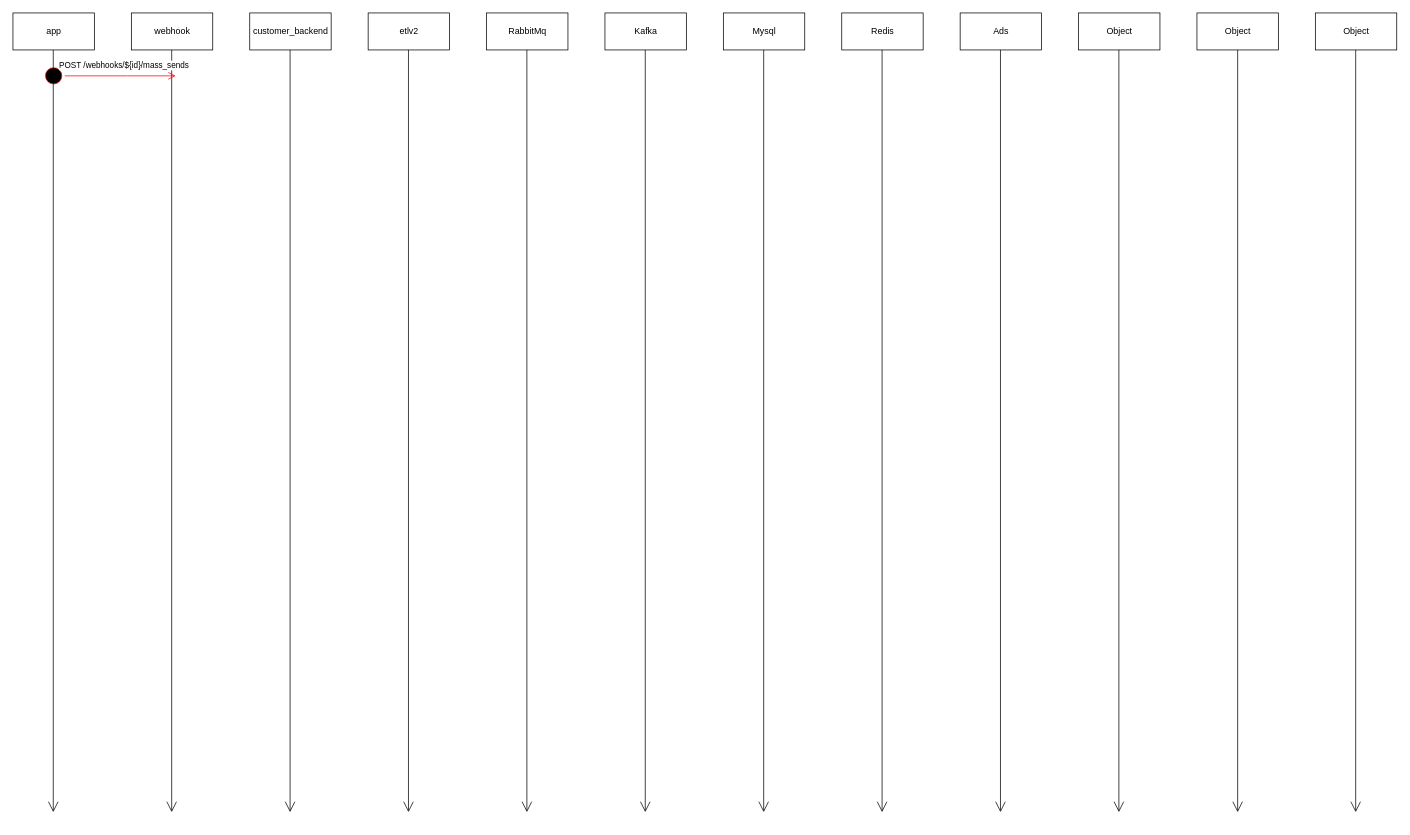
The draw.io diagram Untitled Diagram.drawio in zqy16/Test, before the edit. Source tidied: cells renumbered, new cells numbered last; positions are measured from the earlier drawing's top-left corner, leaving out a move shared by most shapes. Both pictures are drawn from the tidied source at 74%, with x=0, y=0 at pixel (13, 13).
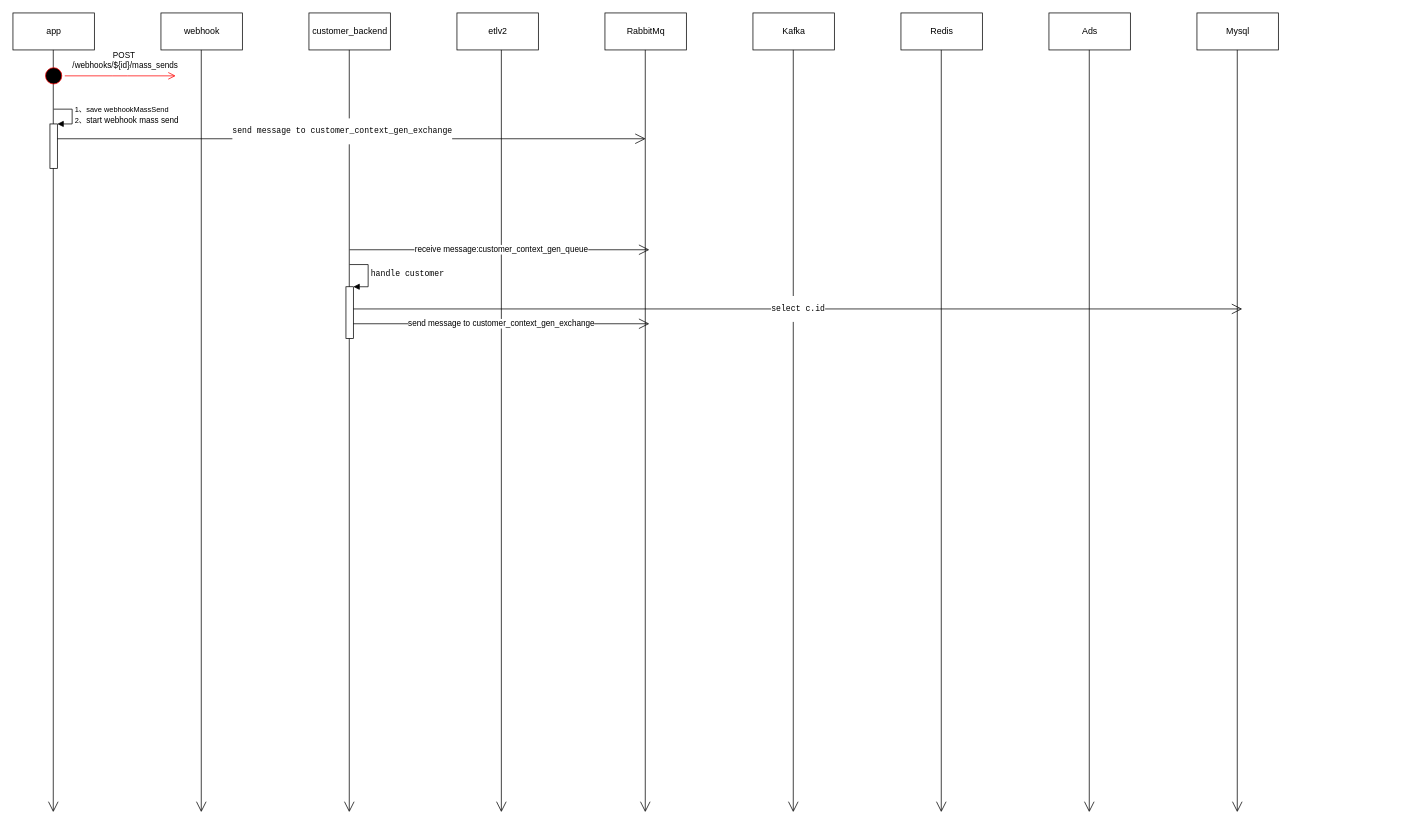
Above is the later version.

The change refers to these unchanged cells:
```xml
<mxCell id="26" style="ellipse;html=1;shape=startState;fillColor=#000000;strokeColor=#ff0000;" parent="1" vertex="1">
  <mxGeometry x="40" y="70" width="30" height="30" as="geometry" />
</mxCell>
```

What changed in the source:
```diff
@@
     <mxCell id="4" value="webhook" style="html=1;" parent="1" vertex="1">
-      <mxGeometry x="160" width="110" height="50" as="geometry" />
+      <mxGeometry x="200" width="110" height="50" as="geometry" />
     </mxCell>
     <mxCell id="5" style="endArrow=open;endFill=1;endSize=12;html=1;" parent="1" edge="1">
       <mxGeometry relative="1" as="geometry">
-        <mxPoint x="214.5" y="50" as="sourcePoint" />
-        <mxPoint x="214.5" y="1080" as="targetPoint" />
+        <mxPoint x="254.5" y="50" as="sourcePoint" />
+        <mxPoint x="254.5" y="1080" as="targetPoint" />
       </mxGeometry>
     </mxCell>
     <mxCell id="6" value="customer_backend" style="html=1;" parent="1" vertex="1">
-      <mxGeometry x="320" width="110" height="50" as="geometry" />
+      <mxGeometry x="400" width="110" height="50" as="geometry" />
     </mxCell>
     <mxCell id="7" style="endArrow=open;endFill=1;endSize=12;html=1;" parent="1" edge="1">
       <mxGeometry relative="1" as="geometry">
-        <mxPoint x="374.5" y="50" as="sourcePoint" />
-        <mxPoint x="374.5" y="1080" as="targetPoint" />
+        <mxPoint x="454.5" y="50" as="sourcePoint" />
+        <mxPoint x="454.5" y="1080" as="targetPoint" />
       </mxGeometry>
     </mxCell>
     <mxCell id="8" value="Ads" style="html=1;" parent="1" vertex="1">
-      <mxGeometry x="1280" width="110" height="50" as="geometry" />
+      <mxGeometry x="1400" width="110" height="50" as="geometry" />
     </mxCell>
     <mxCell id="9" style="endArrow=open;endFill=1;endSize=12;html=1;" parent="1" edge="1">
       <mxGeometry relative="1" as="geometry">
-        <mxPoint x="1334.5" y="50" as="sourcePoint" />
-        <mxPoint x="1334.5" y="1080" as="targetPoint" />
+        <mxPoint x="1454.5" y="50" as="sourcePoint" />
+        <mxPoint x="1454.5" y="1080" as="targetPoint" />
       </mxGeometry>
     </mxCell>
     <mxCell id="10" value="Redis" style="html=1;" parent="1" vertex="1">
-      <mxGeometry x="1120" width="110" height="50" as="geometry" />
+      <mxGeometry x="1200" width="110" height="50" as="geometry" />
     </mxCell>
     <mxCell id="11" style="endArrow=open;endFill=1;endSize=12;html=1;" parent="1" edge="1">
       <mxGeometry relative="1" as="geometry">
-        <mxPoint x="1174.5" y="50" as="sourcePoint" />
-        <mxPoint x="1174.5" y="1080" as="targetPoint" />
+        <mxPoint x="1254.5" y="50" as="sourcePoint" />
+        <mxPoint x="1254.5" y="1080" as="targetPoint" />
       </mxGeometry>
     </mxCell>
-    <mxCell id="12" value="Object" style="html=1;" parent="1" vertex="1">
-      <mxGeometry x="1760" width="110" height="50" as="geometry" />
-    </mxCell>
-    <mxCell id="13" style="endArrow=open;endFill=1;endSize=12;html=1;" parent="1" edge="1">
-      <mxGeometry relative="1" as="geometry">
-        <mxPoint x="1814.5" y="50" as="sourcePoint" />
-        <mxPoint x="1814.5" y="1080" as="targetPoint" />
-      </mxGeometry>
-    </mxCell>
-    <mxCell id="14" value="Mysql" style="html=1;" parent="1" vertex="1">
-      <mxGeometry x="960" width="110" height="50" as="geometry" />
-    </mxCell>
-    <mxCell id="15" style="endArrow=open;endFill=1;endSize=12;html=1;" parent="1" edge="1">
-      <mxGeometry relative="1" as="geometry">
-        <mxPoint x="1014.5" y="50" as="sourcePoint" />
-        <mxPoint x="1014.5" y="1080" as="targetPoint" />
-      </mxGeometry>
-    </mxCell>
-    <mxCell id="16" value="Object" style="html=1;" parent="1" vertex="1">
-      <mxGeometry x="1600" width="110" height="50" as="geometry" />
-    </mxCell>
-    <mxCell id="17" style="endArrow=open;endFill=1;endSize=12;html=1;" parent="1" edge="1">
-      <mxGeometry relative="1" as="geometry">
-        <mxPoint x="1655" y="50" as="sourcePoint" />
-        <mxPoint x="1655" y="1080" as="targetPoint" />
-      </mxGeometry>
-    </mxCell>
     <mxCell id="18" value="Kafka" style="html=1;" parent="1" vertex="1">
-      <mxGeometry x="800" width="110" height="50" as="geometry" />
+      <mxGeometry x="1000" width="110" height="50" as="geometry" />
     </mxCell>
     <mxCell id="19" style="endArrow=open;endFill=1;endSize=12;html=1;" parent="1" edge="1">
       <mxGeometry relative="1" as="geometry">
-        <mxPoint x="854.5" y="50" as="sourcePoint" />
-        <mxPoint x="854.5" y="1080" as="targetPoint" />
+        <mxPoint x="1054.5" y="50" as="sourcePoint" />
+        <mxPoint x="1054.5" y="1080" as="targetPoint" />
       </mxGeometry>
     </mxCell>
     <mxCell id="20" value="RabbitMq" style="html=1;" parent="1" vertex="1">
-      <mxGeometry x="640" width="110" height="50" as="geometry" />
+      <mxGeometry x="800" width="110" height="50" as="geometry" />
     </mxCell>
     <mxCell id="21" style="endArrow=open;endFill=1;endSize=12;html=1;" parent="1" edge="1">
       <mxGeometry relative="1" as="geometry">
-        <mxPoint x="694.5" y="50" as="sourcePoint" />
-        <mxPoint x="694.5" y="1080" as="targetPoint" />
+        <mxPoint x="854.5" y="50" as="sourcePoint" />
+        <mxPoint x="854.5" y="1080" as="targetPoint" />
       </mxGeometry>
     </mxCell>
     <mxCell id="22" value="etlv2" style="html=1;" parent="1" vertex="1">
-      <mxGeometry x="480" width="110" height="50" as="geometry" />
+      <mxGeometry x="600" width="110" height="50" as="geometry" />
     </mxCell>
     <mxCell id="23" style="endArrow=open;endFill=1;endSize=12;html=1;" parent="1" edge="1">
       <mxGeometry relative="1" as="geometry">
-        <mxPoint x="534.5" y="50" as="sourcePoint" />
-        <mxPoint x="534.5" y="1080" as="targetPoint" />
+        <mxPoint x="660" y="50" as="sourcePoint" />
+        <mxPoint x="660" y="1080" as="targetPoint" />
       </mxGeometry>
     </mxCell>
-    <mxCell id="24" value="Object" style="html=1;" parent="1" vertex="1">
-      <mxGeometry x="1440" width="110" height="50" as="geometry" />
-    </mxCell>
-    <mxCell id="25" style="endArrow=open;endFill=1;endSize=12;html=1;" parent="1" edge="1">
-      <mxGeometry relative="1" as="geometry">
-        <mxPoint x="1494.5" y="50" as="sourcePoint" />
-        <mxPoint x="1494.5" y="1080" as="targetPoint" />
-      </mxGeometry>
-    </mxCell>
@@
-    <mxCell id="27" value="&lt;span&gt;POST /webhooks/${id}/mass_sends&lt;/span&gt;" style="edgeStyle=orthogonalEdgeStyle;html=1;verticalAlign=bottom;endArrow=open;endSize=8;strokeColor=#ff0000;" parent="1" edge="1" source="26">
+    <mxCell id="27" value="&lt;span&gt;POST&lt;br&gt;&amp;nbsp;/webhooks/${id}/mass_sends&lt;/span&gt;" style="edgeStyle=orthogonalEdgeStyle;html=1;verticalAlign=bottom;endArrow=open;endSize=8;strokeColor=#ff0000;" parent="1" edge="1" source="26">
       <mxGeometry x="0.07" y="5" relative="1" as="geometry">
         <mxPoint x="220" y="85" as="targetPoint" />
       </mxGeometry>
     </mxCell>
+    <mxCell id="28" style="html=1;points=[];perimeter=orthogonalPerimeter;" parent="1" vertex="1">
+      <mxGeometry x="50" y="150" width="10" height="60" as="geometry" />
+    </mxCell>
+    <mxCell id="29" value="&lt;font style=&quot;font-size: 10px&quot;&gt;1、save webhookMassSend&lt;br&gt;2、&lt;/font&gt;&lt;span&gt;start webhook mass send&lt;/span&gt;" style="edgeStyle=orthogonalEdgeStyle;html=1;align=left;spacingLeft=2;endArrow=block;rounded=0;entryX=1;entryY=0;" parent="1" edge="1" target="28">
+      <mxGeometry relative="1" as="geometry">
+        <mxPoint x="55" y="130" as="sourcePoint" />
+        <Array as="points">
+          <mxPoint x="80" y="130" />
+        </Array>
+      </mxGeometry>
+    </mxCell>
+    <mxCell id="14" value="Mysql" style="html=1;" parent="1" vertex="1">
+      <mxGeometry x="1600" width="110" height="50" as="geometry" />
+    </mxCell>
+    <mxCell id="30" style="endArrow=open;endFill=1;endSize=12;html=1;" parent="1" edge="1">
+      <mxGeometry relative="1" as="geometry">
+        <mxPoint x="1654.5" y="50" as="sourcePoint" />
+        <mxPoint x="1654.5" y="1080" as="targetPoint" />
+      </mxGeometry>
+    </mxCell>
+    <mxCell id="31" value="&lt;pre&gt;&lt;span&gt;send message to customer_context_gen_exchange&lt;/span&gt;&lt;/pre&gt;" style="endArrow=open;endFill=1;endSize=12;html=1;" parent="1" edge="1">
+      <mxGeometry x="-0.03" y="10" relative="1" as="geometry">
+        <mxPoint x="60" y="170" as="sourcePoint" />
+        <mxPoint x="855" y="170" as="targetPoint" />
+        <mxPoint x="-1" as="offset" />
+      </mxGeometry>
+    </mxCell>
+    <mxCell id="32" value="receive message:&lt;span&gt;customer_context_gen_queue&lt;/span&gt;" style="endArrow=open;endFill=1;endSize=12;html=1;" parent="1" edge="1">
+      <mxGeometry x="0.01" relative="1" as="geometry">
+        <mxPoint x="455" y="320" as="sourcePoint" />
+        <mxPoint x="860" y="320" as="targetPoint" />
+      </mxGeometry>
+    </mxCell>
+    <mxCell id="33" style="html=1;points=[];perimeter=orthogonalPerimeter;" parent="1" vertex="1">
+      <mxGeometry x="450" y="370" width="10" height="70" as="geometry" />
+    </mxCell>
+    <mxCell id="34" value="&lt;pre&gt;handle customer&lt;/pre&gt;" style="edgeStyle=orthogonalEdgeStyle;html=1;align=left;spacingLeft=2;endArrow=block;rounded=0;entryX=1;entryY=0;" parent="1" edge="1" target="33">
+      <mxGeometry relative="1" as="geometry">
+        <mxPoint x="455" y="340" as="sourcePoint" />
+        <Array as="points">
+          <mxPoint x="480" y="340" />
+        </Array>
+      </mxGeometry>
+    </mxCell>
+    <mxCell id="35" value="send message to&amp;nbsp;&lt;span&gt;customer_context_gen_exchange&lt;/span&gt;" style="endArrow=open;endFill=1;endSize=12;html=1;" parent="1" edge="1">
+      <mxGeometry relative="1" as="geometry">
+        <mxPoint x="460" y="420" as="sourcePoint" />
+        <mxPoint x="860" y="420" as="targetPoint" />
+      </mxGeometry>
+    </mxCell>
+    <mxCell id="36" value="&lt;pre&gt;&lt;span&gt;select c.id&lt;/span&gt;&lt;/pre&gt;" style="endArrow=open;endFill=1;endSize=12;html=1;" parent="1" edge="1">
+      <mxGeometry relative="1" as="geometry">
+        <mxPoint x="460" y="400" as="sourcePoint" />
+        <mxPoint x="1661.2" y="400" as="targetPoint" />
+      </mxGeometry>
+    </mxCell>
```
